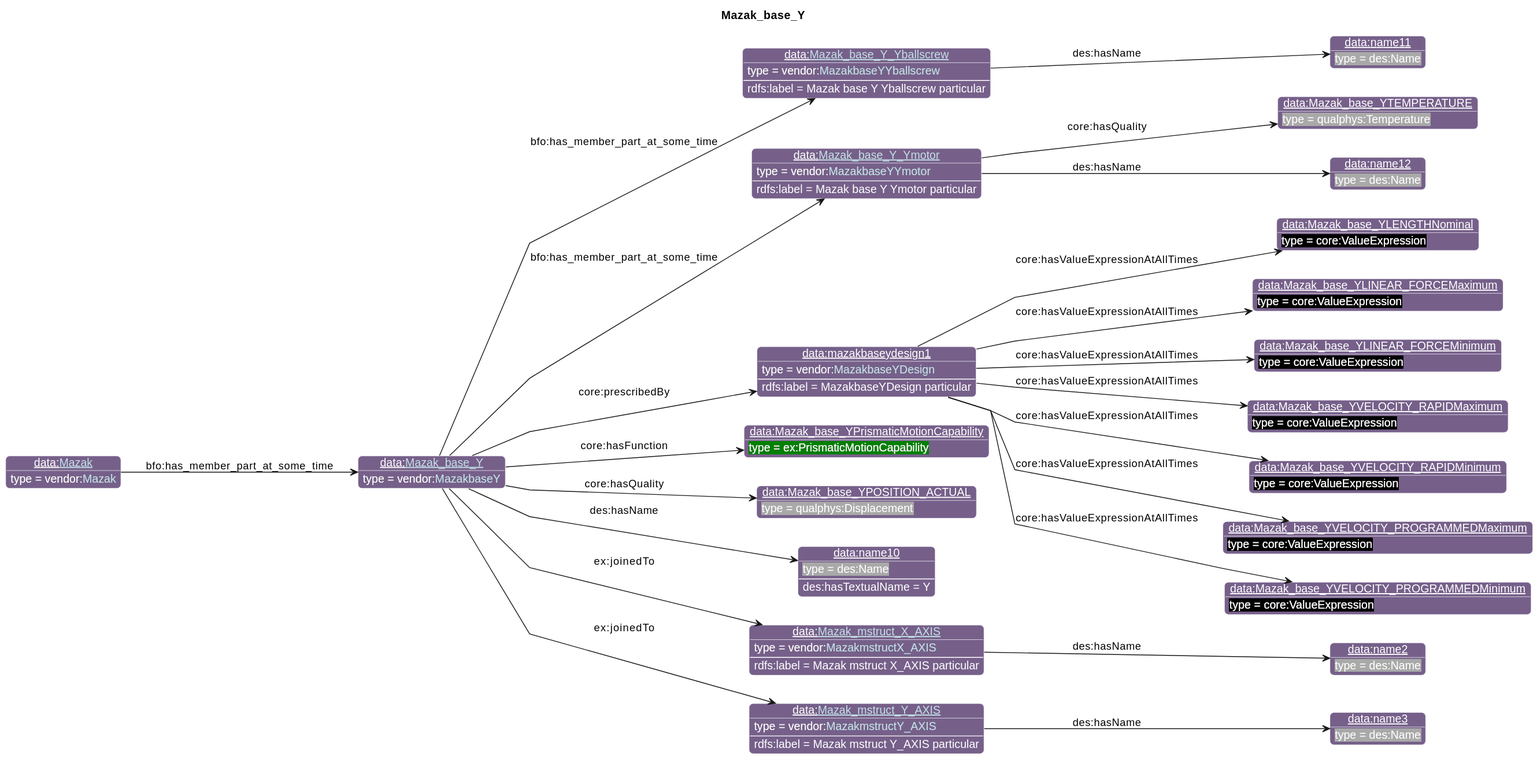
The PlantUML diagram diagrams/Mazak_base_Y.svg in iofoundry/example-syseng-mtconnect, before a commit.
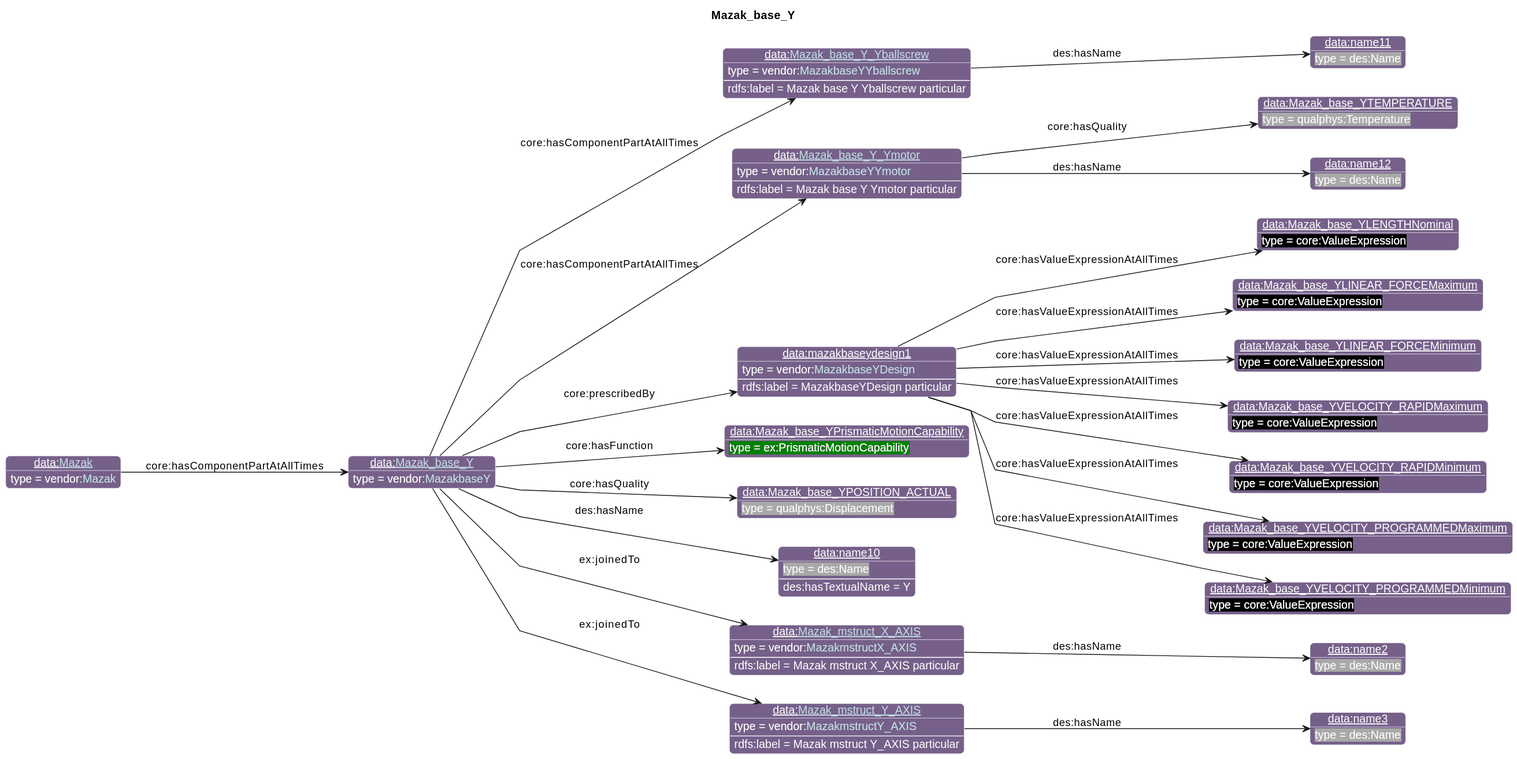
After the commit.

What changed in the source:
```diff
@@ -47,10 +47,10 @@
 individual(o19, data:[[./Mazak_mstruct_Y_AXIS.html Mazak_mstruct_Y_AXIS]], vendor:[[../Mazak.html#MazakmstructY_AXIS MazakmstructY_AXIS]])
 individual(o20, data:name3, des:Name)
 individual(o21, data:[[./Mazak.html Mazak]], vendor:[[../Mazak.html#Mazak Mazak]])
-property(o0, "bfo:has_member_part_at_some_time", o1)
+property(o0, "core:hasComponentPartAtAllTimes", o1)
 data(o1, "rdfs:label", "Mazak base Y Yballscrew particular")
 property(o1, "des:hasName", o2)
-property(o0, "bfo:has_member_part_at_some_time", o3)
+property(o0, "core:hasComponentPartAtAllTimes", o3)
 data(o3, "rdfs:label", "Mazak base Y Ymotor particular")
 property(o3, "core:hasQuality", o4)
 property(o3, "des:hasName", o5)
@@ -73,5 +73,5 @@
 property(o0, "ex:joinedTo", o19)
 data(o19, "rdfs:label", "Mazak mstruct Y_AXIS particular")
 property(o19, "des:hasName", o20)
-property(o21, "bfo:has_member_part_at_some_time", o0)
+property(o21, "core:hasComponentPartAtAllTimes", o0)
 @enduml
```
